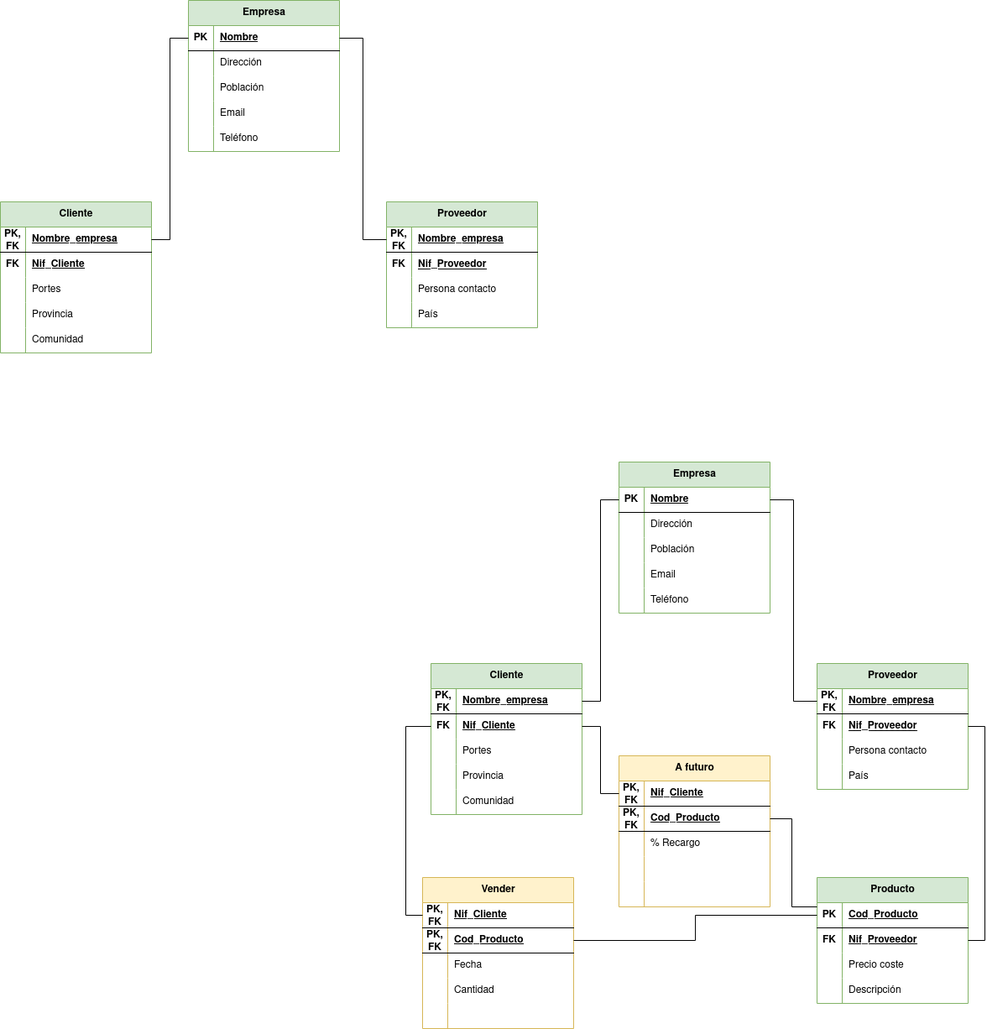
Before: Unidad-1/Tareas/Tareas-evaluables/Tarea-evaluable-5/tarea-empresa-compraventa.drawio.png, a diagram exported from draw.io (LuisMGlez/base-datos). Source tidied: cells renumbered, new cells last; positions are measured from the earlier drawing's top-left corner, leaving out a move shared by most shapes.
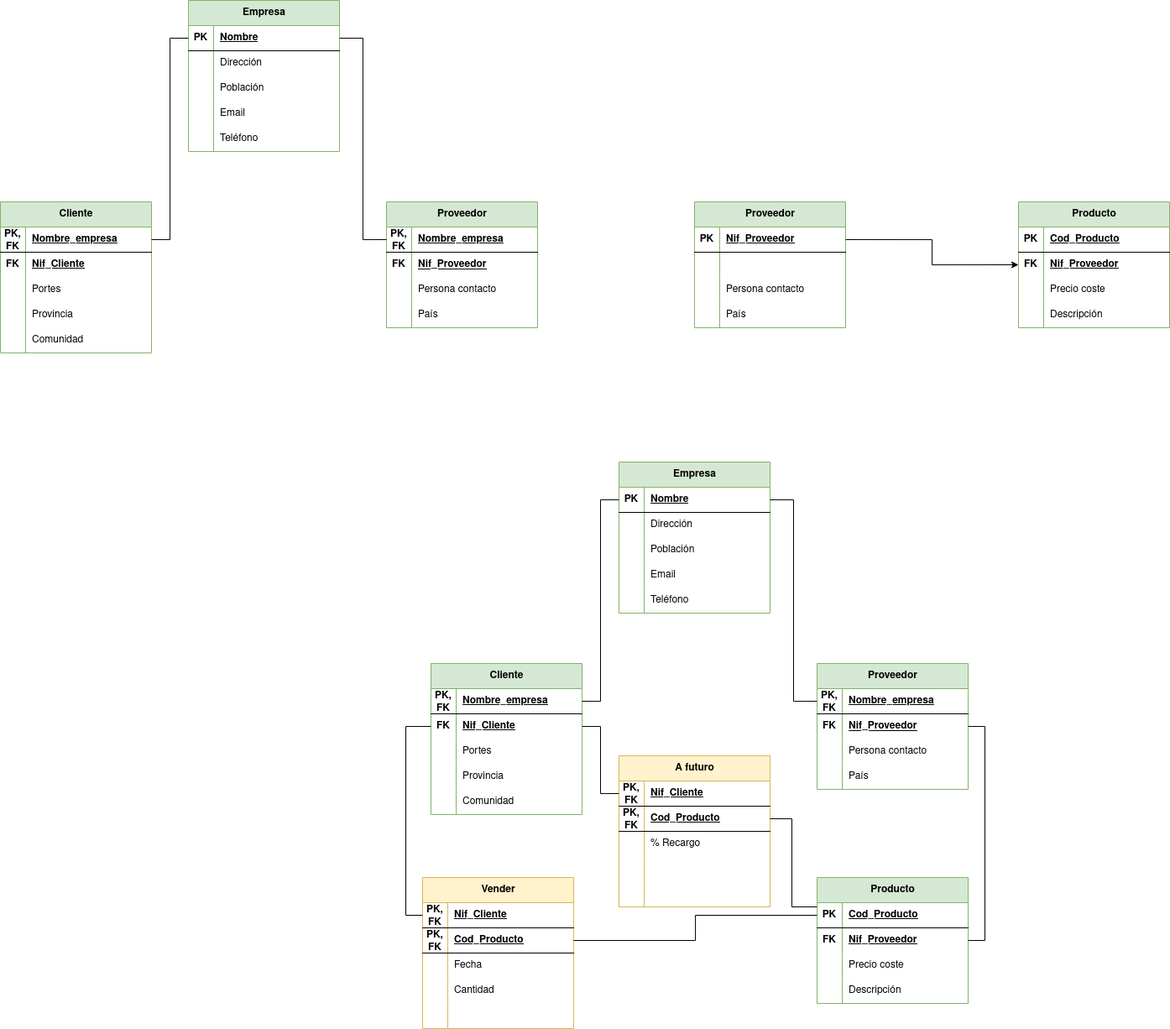
After the change.

Change to the diagram source:
```diff
@@ -440,5 +440,86 @@
     <mxCell id="145" style="edgeStyle=orthogonalEdgeStyle;rounded=0;jettySize=auto;html=1;exitX=1;exitY=0.5;exitDx=0;exitDy=0;entryX=0;entryY=0.5;entryDx=0;entryDy=0;endArrow=none;endFill=0;" parent="1" edge="1" source="116" target="132">
       <mxGeometry relative="1" as="geometry" />
     </mxCell>
+    <mxCell id="146" value="Proveedor" style="shape=table;startSize=30;rowLines=0;fontStyle=1;align=center;html=1;fillColor=#d5e8d4;strokeColor=#82b366;" parent="1" vertex="1">
+      <mxGeometry x="827" y="240" width="180" height="150" as="geometry" />
+    </mxCell>
+    <mxCell id="147" style="shape=tableRow;horizontal=0;startSize=0;swimlaneHead=0;swimlaneBody=0;fillColor=none;points=[[0,0.5],[1,0.5]];portConstraint=eastwest;top=0;left=0;right=0;bottom=1;" parent="146" vertex="1">
+      <mxGeometry y="30" width="180" height="30" as="geometry" />
+    </mxCell>
+    <mxCell id="148" value="PK" style="shape=partialRectangle;fillColor=none;top=0;left=0;bottom=0;right=0;fontStyle=1;overflow=hidden;whiteSpace=wrap;html=1;" parent="147" vertex="1">
+      <mxGeometry width="30" height="30" as="geometry" />
+    </mxCell>
+    <mxCell id="149" value="Nif_Proveedor" style="shape=partialRectangle;fillColor=none;top=0;left=0;bottom=0;right=0;align=left;spacingLeft=6;fontStyle=5;overflow=hidden;whiteSpace=wrap;html=1;" parent="147" vertex="1">
+      <mxGeometry x="30" width="150" height="30" as="geometry" />
+    </mxCell>
+    <mxCell id="150" style="shape=tableRow;horizontal=0;startSize=0;swimlaneHead=0;swimlaneBody=0;fillColor=none;top=0;left=0;right=0;bottom=0;" parent="146" vertex="1">
+      <mxGeometry y="60" width="180" height="30" as="geometry" />
+    </mxCell>
+    <mxCell id="151" style="shape=partialRectangle;fillColor=none;top=0;left=0;bottom=0;right=0;overflow=hidden;whiteSpace=wrap;html=1;" parent="150" vertex="1">
+      <mxGeometry width="30" height="30" as="geometry" />
+    </mxCell>
+    <mxCell id="152" style="shape=partialRectangle;fillColor=none;top=0;left=0;bottom=0;right=0;align=left;spacingLeft=6;overflow=hidden;whiteSpace=wrap;html=1;" parent="150" vertex="1">
+      <mxGeometry x="30" width="150" height="30" as="geometry" />
+    </mxCell>
+    <mxCell id="153" style="shape=tableRow;horizontal=0;startSize=0;swimlaneHead=0;swimlaneBody=0;fillColor=none;top=0;left=0;right=0;bottom=0;" parent="146" vertex="1">
+      <mxGeometry y="90" width="180" height="30" as="geometry" />
+    </mxCell>
+    <mxCell id="154" style="shape=partialRectangle;fillColor=none;top=0;left=0;bottom=0;right=0;overflow=hidden;whiteSpace=wrap;html=1;" parent="153" vertex="1">
+      <mxGeometry width="30" height="30" as="geometry" />
+    </mxCell>
+    <mxCell id="155" value="Persona contacto" style="shape=partialRectangle;fillColor=none;top=0;left=0;bottom=0;right=0;align=left;spacingLeft=6;overflow=hidden;whiteSpace=wrap;html=1;" parent="153" vertex="1">
+      <mxGeometry x="30" width="150" height="30" as="geometry" />
+    </mxCell>
+    <mxCell id="156" style="shape=tableRow;horizontal=0;startSize=0;swimlaneHead=0;swimlaneBody=0;fillColor=none;top=0;left=0;right=0;bottom=0;" parent="146" vertex="1">
+      <mxGeometry y="120" width="180" height="30" as="geometry" />
+    </mxCell>
+    <mxCell id="157" style="shape=partialRectangle;fillColor=none;top=0;left=0;bottom=0;right=0;overflow=hidden;whiteSpace=wrap;html=1;" parent="156" vertex="1">
+      <mxGeometry width="30" height="30" as="geometry" />
+    </mxCell>
+    <mxCell id="158" value="País" style="shape=partialRectangle;fillColor=none;top=0;left=0;bottom=0;right=0;align=left;spacingLeft=6;overflow=hidden;whiteSpace=wrap;html=1;" parent="156" vertex="1">
+      <mxGeometry x="30" width="150" height="30" as="geometry" />
+    </mxCell>
+    <mxCell id="159" value="Producto" style="shape=table;startSize=30;rowLines=0;fontStyle=1;align=center;html=1;fillColor=#d5e8d4;strokeColor=#82b366;" parent="1" vertex="1">
+      <mxGeometry x="1213" y="240" width="180" height="150" as="geometry" />
+    </mxCell>
+    <mxCell id="160" style="shape=tableRow;horizontal=0;startSize=0;swimlaneHead=0;swimlaneBody=0;fillColor=none;top=0;left=0;right=0;bottom=1;" parent="159" vertex="1">
+      <mxGeometry y="30" width="180" height="30" as="geometry" />
+    </mxCell>
+    <mxCell id="161" value="PK" style="shape=partialRectangle;fillColor=none;top=0;left=0;bottom=0;right=0;fontStyle=1;overflow=hidden;whiteSpace=wrap;html=1;" parent="160" vertex="1">
+      <mxGeometry width="30" height="30" as="geometry" />
+    </mxCell>
+    <mxCell id="162" value="Cod_Producto" style="shape=partialRectangle;fillColor=none;top=0;left=0;bottom=0;right=0;align=left;spacingLeft=6;fontStyle=5;overflow=hidden;whiteSpace=wrap;html=1;" parent="160" vertex="1">
+      <mxGeometry x="30" width="150" height="30" as="geometry" />
+    </mxCell>
+    <mxCell id="163" style="shape=tableRow;horizontal=0;startSize=0;swimlaneHead=0;swimlaneBody=0;fillColor=none;points=[[0,0.5],[1,0.5]];portConstraint=eastwest;top=0;left=0;right=0;bottom=0;" parent="159" vertex="1">
+      <mxGeometry y="60" width="180" height="30" as="geometry" />
+    </mxCell>
+    <mxCell id="164" value="&lt;b&gt;FK&lt;/b&gt;" style="shape=partialRectangle;fillColor=none;top=0;left=0;bottom=0;right=0;overflow=hidden;whiteSpace=wrap;html=1;" parent="163" vertex="1">
+      <mxGeometry width="30" height="30" as="geometry" />
+    </mxCell>
+    <mxCell id="165" value="&lt;b&gt;&lt;u&gt;Nif_Proveedor&lt;/u&gt;&lt;/b&gt;" style="shape=partialRectangle;fillColor=none;top=0;left=0;bottom=0;right=0;align=left;spacingLeft=6;overflow=hidden;whiteSpace=wrap;html=1;" parent="163" vertex="1">
+      <mxGeometry x="30" width="150" height="30" as="geometry" />
+    </mxCell>
+    <mxCell id="166" style="shape=tableRow;horizontal=0;startSize=0;swimlaneHead=0;swimlaneBody=0;fillColor=none;top=0;left=0;right=0;bottom=0;" parent="159" vertex="1">
+      <mxGeometry y="90" width="180" height="30" as="geometry" />
+    </mxCell>
+    <mxCell id="167" style="shape=partialRectangle;fillColor=none;top=0;left=0;bottom=0;right=0;overflow=hidden;whiteSpace=wrap;html=1;" parent="166" vertex="1">
+      <mxGeometry width="30" height="30" as="geometry" />
+    </mxCell>
+    <mxCell id="168" value="Precio coste" style="shape=partialRectangle;fillColor=none;top=0;left=0;bottom=0;right=0;align=left;spacingLeft=6;overflow=hidden;whiteSpace=wrap;html=1;" parent="166" vertex="1">
+      <mxGeometry x="30" width="150" height="30" as="geometry" />
+    </mxCell>
+    <mxCell id="169" style="shape=tableRow;horizontal=0;startSize=0;swimlaneHead=0;swimlaneBody=0;fillColor=none;top=0;left=0;right=0;bottom=0;" parent="159" vertex="1">
+      <mxGeometry y="120" width="180" height="30" as="geometry" />
+    </mxCell>
+    <mxCell id="170" style="shape=partialRectangle;fillColor=none;top=0;left=0;bottom=0;right=0;overflow=hidden;whiteSpace=wrap;html=1;" parent="169" vertex="1">
+      <mxGeometry width="30" height="30" as="geometry" />
+    </mxCell>
+    <mxCell id="171" value="Descripción" style="shape=partialRectangle;fillColor=none;top=0;left=0;bottom=0;right=0;align=left;spacingLeft=6;overflow=hidden;whiteSpace=wrap;html=1;" parent="169" vertex="1">
+      <mxGeometry x="30" width="150" height="30" as="geometry" />
+    </mxCell>
+    <mxCell id="172" style="edgeStyle=orthogonalEdgeStyle;rounded=0;jettySize=auto;html=1;exitX=1;exitY=0.5;exitDx=0;exitDy=0;entryX=0;entryY=0.5;entryDx=0;entryDy=0;" parent="1" edge="1" source="147" target="163">
+      <mxGeometry relative="1" as="geometry" />
+    </mxCell>
   </root>
 </mxGraphModel>
```
